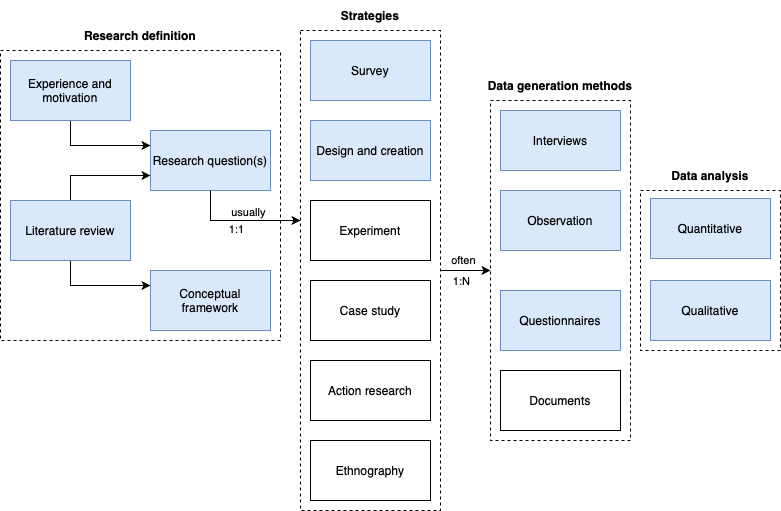
This is Images/ResearchMethods/ResearchProcess.png from maattss/master-thesis, a draw.io export, as it was before one commit. Source tidied: cells renumbered, new cells last; positions are measured from the earlier drawing's top-left corner, leaving out a move shared by most shapes.
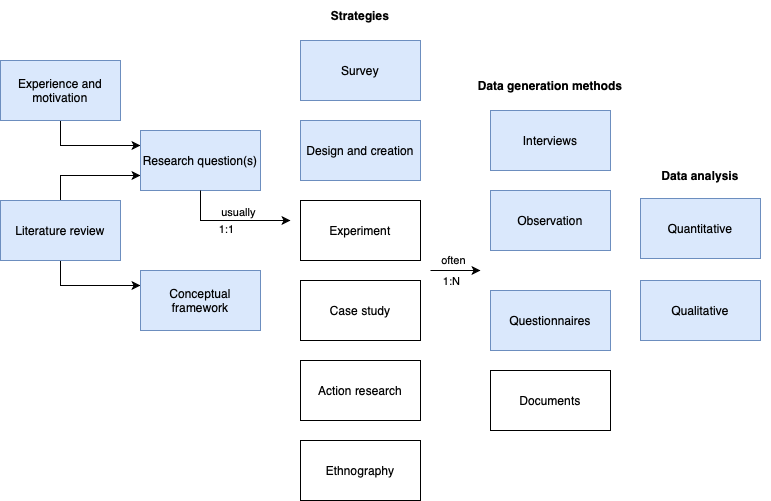
The same file after the commit.

Diff of the diagram source:
```diff
@@ -2,18 +2,6 @@
   <root>
     <mxCell id="0" />
     <mxCell id="1" parent="0" />
-    <mxCell id="2" style="rounded=0;whiteSpace=wrap;html=1;align=left;fillColor=none;dashed=1;" parent="1" vertex="1">
-      <mxGeometry y="50" width="280" height="290" as="geometry" />
-    </mxCell>
-    <mxCell id="3" style="rounded=0;whiteSpace=wrap;html=1;align=left;fillColor=none;dashed=1;" parent="1" vertex="1">
-      <mxGeometry x="640" y="190" width="140" height="160" as="geometry" />
-    </mxCell>
-    <mxCell id="4" style="rounded=0;whiteSpace=wrap;html=1;align=left;fillColor=none;dashed=1;" parent="1" vertex="1">
-      <mxGeometry x="490" y="100" width="140" height="340" as="geometry" />
-    </mxCell>
-    <mxCell id="5" style="rounded=0;whiteSpace=wrap;html=1;align=left;fillColor=none;dashed=1;" parent="1" vertex="1">
-      <mxGeometry x="300" y="30" width="140" height="480" as="geometry" />
-    </mxCell>
     <mxCell id="6" style="edgeStyle=orthogonalEdgeStyle;rounded=0;jettySize=auto;html=1;exitX=0.5;exitY=1;exitDx=0;exitDy=0;entryX=0;entryY=0.25;entryDx=0;entryDy=0;" parent="1" edge="1" source="7" target="11">
       <mxGeometry relative="1" as="geometry">
         <Array as="points">
@@ -118,8 +106,5 @@
         <mxPoint x="-5" y="10" as="offset" />
       </mxGeometry>
     </mxCell>
-    <mxCell id="34" value="&lt;b&gt;Research definition&lt;/b&gt;" style="text;html=1;strokeColor=none;fillColor=none;align=center;verticalAlign=middle;whiteSpace=wrap;rounded=0;" parent="1" vertex="1">
-      <mxGeometry y="20" width="280" height="30" as="geometry" />
-    </mxCell>
   </root>
 </mxGraphModel>
```
